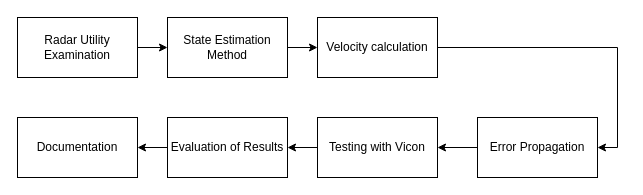
The draw.io diagram Presenatation/Untitled Diagram.drawio in alme96/SemesterProject_RadialInertialStateEstimation, before the edit. Source tidied: cells renumbered, new cells numbered last; positions are measured from the earlier drawing's top-left corner, leaving out a move shared by most shapes. Both pictures are drawn from the tidied source at 100%, with x=0, y=0 at pixel (17, 17).
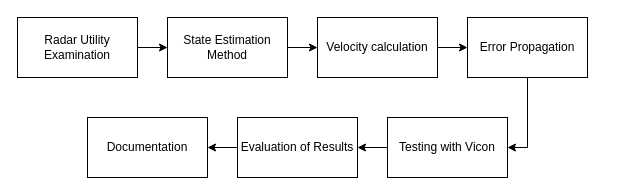
The same page after the edit.

Commit message:
Methodolody_Graph

Change to the diagram source:
```diff
@@
 <mxGraphModel>
   <root>
     <mxCell id="0" />
     <mxCell id="1" parent="0" />
     <mxCell id="2" style="edgeStyle=orthogonalEdgeStyle;rounded=0;jettySize=auto;html=1;" parent="1" edge="1" source="3" target="5">
       <mxGeometry relative="1" as="geometry" />
     </mxCell>
     <mxCell id="3" value="Radar Utility Examination" style="rounded=0;whiteSpace=wrap;html=1;" parent="1" vertex="1">
       <mxGeometry width="120" height="60" as="geometry" />
     </mxCell>
     <mxCell id="4" style="edgeStyle=orthogonalEdgeStyle;rounded=0;jettySize=auto;html=1;" parent="1" edge="1" source="5" target="7">
       <mxGeometry relative="1" as="geometry" />
     </mxCell>
     <mxCell id="5" value="State Estimation Method" style="rounded=0;whiteSpace=wrap;html=1;" parent="1" vertex="1">
       <mxGeometry x="150" width="120" height="60" as="geometry" />
     </mxCell>
-    <mxCell id="6" style="edgeStyle=orthogonalEdgeStyle;rounded=0;jettySize=auto;html=1;entryX=1;entryY=0.5;entryDx=0;entryDy=0;" parent="1" edge="1" source="7" target="9">
+    <mxCell id="6" style="edgeStyle=orthogonalEdgeStyle;rounded=0;jettySize=auto;html=1;" parent="1" edge="1" source="7" target="9">
       <mxGeometry relative="1" as="geometry" />
     </mxCell>
     <mxCell id="7" value="Velocity calculation" style="whiteSpace=wrap;html=1;" parent="1" vertex="1">
       <mxGeometry x="300" width="120" height="60" as="geometry" />
     </mxCell>
-    <mxCell id="8" style="edgeStyle=orthogonalEdgeStyle;rounded=0;jettySize=auto;html=1;" parent="1" edge="1" source="9" target="11">
+    <mxCell id="8" style="edgeStyle=orthogonalEdgeStyle;rounded=0;jettySize=auto;html=1;entryX=1;entryY=0.5;entryDx=0;entryDy=0;" parent="1" edge="1" source="9" target="11">
       <mxGeometry relative="1" as="geometry" />
     </mxCell>
     <mxCell id="9" value="Error Propagation" style="whiteSpace=wrap;html=1;" parent="1" vertex="1">
-      <mxGeometry x="460" y="100" width="120" height="60" as="geometry" />
+      <mxGeometry x="450" width="120" height="60" as="geometry" />
     </mxCell>
     <mxCell id="10" style="edgeStyle=orthogonalEdgeStyle;rounded=0;jettySize=auto;html=1;" parent="1" edge="1" source="11" target="13">
       <mxGeometry relative="1" as="geometry" />
     </mxCell>
     <mxCell id="11" value="Testing with Vicon" style="whiteSpace=wrap;html=1;" parent="1" vertex="1">
-      <mxGeometry x="300" y="100" width="120" height="60" as="geometry" />
+      <mxGeometry x="370" y="100" width="120" height="60" as="geometry" />
     </mxCell>
     <mxCell id="12" style="edgeStyle=orthogonalEdgeStyle;rounded=0;jettySize=auto;html=1;" parent="1" edge="1" source="13" target="14">
       <mxGeometry relative="1" as="geometry" />
     </mxCell>
     <mxCell id="13" value="Evaluation of Results" style="whiteSpace=wrap;html=1;" parent="1" vertex="1">
-      <mxGeometry x="150" y="100" width="120" height="60" as="geometry" />
+      <mxGeometry x="220" y="100" width="120" height="60" as="geometry" />
     </mxCell>
     <mxCell id="14" value="Documentation" style="whiteSpace=wrap;html=1;" parent="1" vertex="1">
-      <mxGeometry y="100" width="120" height="60" as="geometry" />
+      <mxGeometry x="70" y="100" width="120" height="60" as="geometry" />
     </mxCell>
   </root>
 </mxGraphModel>
```
